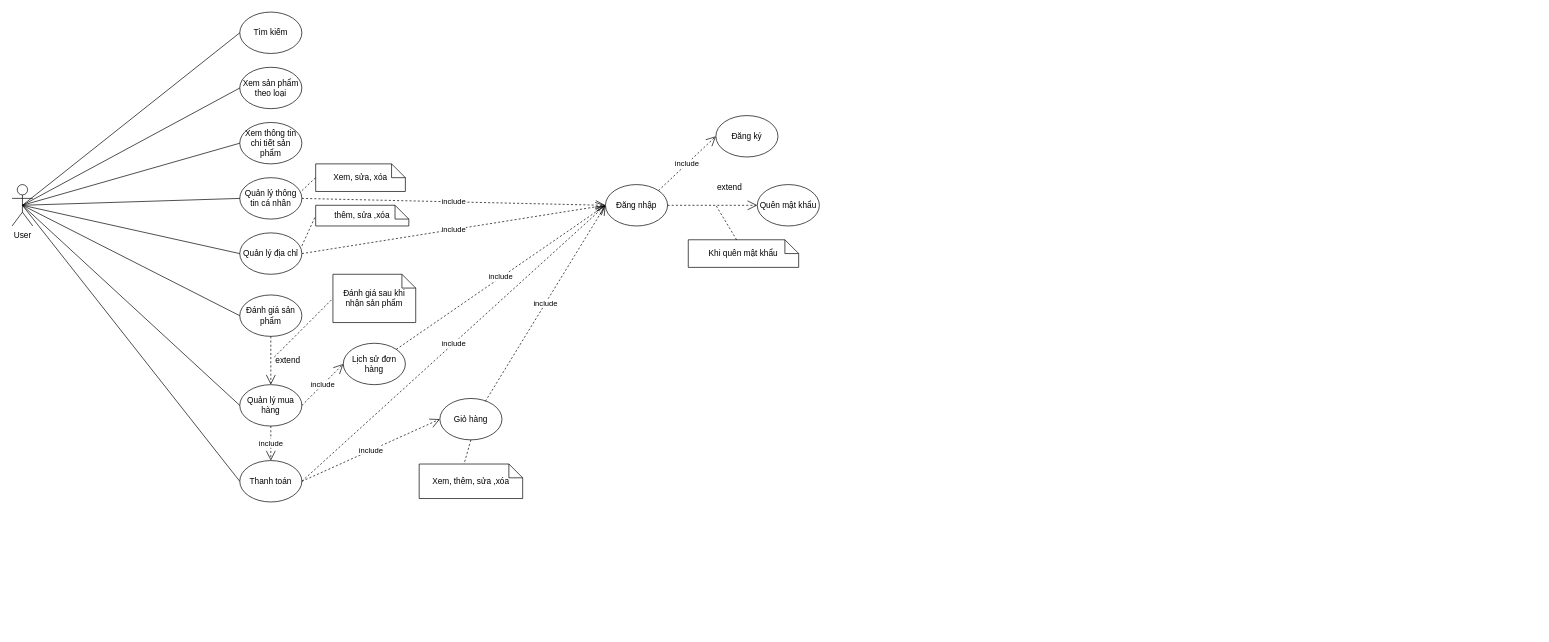
The draw.io diagram docs/hightech-user-usecase.drawio in DOVINHAN/WebsiteHightechshop, before the edit. Source tidied: cells renumbered, new cells numbered last; positions are measured from the earlier drawing's top-left corner, leaving out a move shared by most shapes. Both pictures are drawn from the tidied source at 69%, with x=0, y=0 at pixel (12, 12).
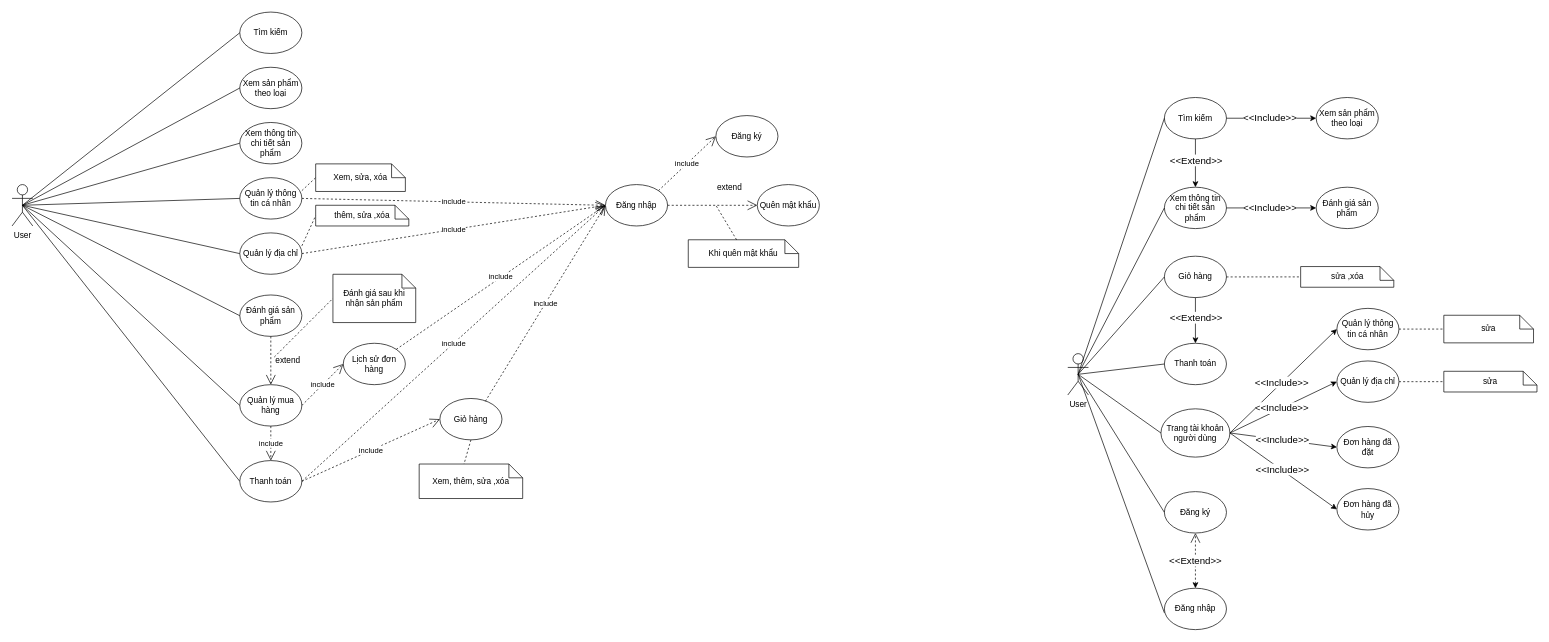
The same page after the edit.

What changed in the source:
```diff
@@
+    <mxCell id="73" value="User" style="shape=umlActor;verticalLabelPosition=bottom;verticalAlign=top;html=1;outlineConnect=0;" parent="1" vertex="1">
+      <mxGeometry x="1530" y="495" width="30" height="60" as="geometry" />
+    </mxCell>
+    <mxCell id="74" style="group;" parent="1" vertex="1">
+      <mxGeometry x="1670" y="123.8" width="90" height="60" as="geometry" />
+    </mxCell>
+    <mxCell id="75" style="ellipse;whiteSpace=wrap;html=1;" parent="74" vertex="1">
+      <mxGeometry width="90" height="60" as="geometry" />
+    </mxCell>
+    <mxCell id="76" value="Tìm kiếm" style="text;html=1;align=center;verticalAlign=middle;whiteSpace=wrap;rounded=0;" parent="74" vertex="1">
+      <mxGeometry y="18.8" width="90" height="22.5" as="geometry" />
+    </mxCell>
+    <mxCell id="77" style="group;" parent="1" vertex="1">
+      <mxGeometry x="1890" y="123.8" width="90" height="60" as="geometry" />
+    </mxCell>
+    <mxCell id="78" style="ellipse;whiteSpace=wrap;html=1;" parent="77" vertex="1">
+      <mxGeometry width="90" height="60" as="geometry" />
+    </mxCell>
+    <mxCell id="79" value="Xem sản phẩm theo loại" style="text;html=1;align=center;verticalAlign=middle;whiteSpace=wrap;rounded=0;" parent="77" vertex="1">
+      <mxGeometry y="18.8" width="90" height="22.5" as="geometry" />
+    </mxCell>
+    <mxCell id="80" style="group;" parent="1" vertex="1">
+      <mxGeometry x="1920" y="429.4" width="90" height="60" as="geometry" />
+    </mxCell>
+    <mxCell id="81" style="ellipse;whiteSpace=wrap;html=1;" parent="80" vertex="1">
+      <mxGeometry width="90" height="60" as="geometry" />
+    </mxCell>
+    <mxCell id="82" value="Quản lý thông tin cá nhân" style="text;html=1;align=center;verticalAlign=middle;whiteSpace=wrap;rounded=0;" parent="80" vertex="1">
+      <mxGeometry y="18.8" width="90" height="22.5" as="geometry" />
+    </mxCell>
+    <mxCell id="83" style="group;" parent="1" vertex="1">
+      <mxGeometry x="1670" y="253.8" width="90" height="60" as="geometry" />
+    </mxCell>
+    <mxCell id="84" style="ellipse;whiteSpace=wrap;html=1;" parent="83" vertex="1">
+      <mxGeometry width="90" height="60" as="geometry" />
+    </mxCell>
+    <mxCell id="85" value="Xem thông tin chi tiết sản phẩm" style="text;html=1;align=center;verticalAlign=middle;whiteSpace=wrap;rounded=0;" parent="83" vertex="1">
+      <mxGeometry y="18.8" width="90" height="22.5" as="geometry" />
+    </mxCell>
+    <mxCell id="86" style="group;" parent="1" vertex="1">
+      <mxGeometry x="1920" y="505.6" width="90" height="60" as="geometry" />
+    </mxCell>
+    <mxCell id="87" style="ellipse;whiteSpace=wrap;html=1;" parent="86" vertex="1">
+      <mxGeometry width="90" height="60" as="geometry" />
+    </mxCell>
+    <mxCell id="88" value="Quản lý địa chỉ" style="text;html=1;align=center;verticalAlign=middle;whiteSpace=wrap;rounded=0;" parent="86" vertex="1">
+      <mxGeometry y="18.8" width="90" height="22.5" as="geometry" />
+    </mxCell>
+    <mxCell id="89" style="group;" parent="1" vertex="1">
+      <mxGeometry x="1890" y="253.8" width="90" height="60" as="geometry" />
+    </mxCell>
+    <mxCell id="90" style="ellipse;whiteSpace=wrap;html=1;" parent="89" vertex="1">
+      <mxGeometry width="90" height="60" as="geometry" />
+    </mxCell>
+    <mxCell id="91" value="Đánh giá sản phẩm" style="text;html=1;align=center;verticalAlign=middle;whiteSpace=wrap;rounded=0;" parent="89" vertex="1">
+      <mxGeometry y="18.8" width="90" height="22.5" as="geometry" />
+    </mxCell>
+    <mxCell id="92" style="group;" parent="1" vertex="1">
+      <mxGeometry x="1670" y="480" width="90" height="60" as="geometry" />
+    </mxCell>
+    <mxCell id="93" style="ellipse;whiteSpace=wrap;html=1;" parent="92" vertex="1">
+      <mxGeometry width="90" height="60" as="geometry" />
+    </mxCell>
+    <mxCell id="94" value="Thanh toán" style="text;html=1;align=center;verticalAlign=middle;whiteSpace=wrap;rounded=0;" parent="92" vertex="1">
+      <mxGeometry y="18.8" width="90" height="22.5" as="geometry" />
+    </mxCell>
+    <mxCell id="95" style="group;" parent="1" vertex="1">
+      <mxGeometry x="1670" y="353.8" width="90" height="60" as="geometry" />
+    </mxCell>
+    <mxCell id="96" style="ellipse;whiteSpace=wrap;html=1;" parent="95" vertex="1">
+      <mxGeometry width="90" height="60" as="geometry" />
+    </mxCell>
+    <mxCell id="97" value="Giỏ hàng" style="text;html=1;align=center;verticalAlign=middle;whiteSpace=wrap;rounded=0;" parent="95" vertex="1">
+      <mxGeometry y="18.8" width="90" height="22.5" as="geometry" />
+    </mxCell>
+    <mxCell id="98" style="group;" parent="1" vertex="1">
+      <mxGeometry x="1920" y="600.6" width="90" height="60" as="geometry" />
+    </mxCell>
+    <mxCell id="99" style="ellipse;whiteSpace=wrap;html=1;" parent="98" vertex="1">
+      <mxGeometry width="90" height="60" as="geometry" />
+    </mxCell>
+    <mxCell id="100" value="Đơn hàng đã đặt" style="text;html=1;align=center;verticalAlign=middle;whiteSpace=wrap;rounded=0;" parent="98" vertex="1">
+      <mxGeometry y="18.8" width="90" height="22.5" as="geometry" />
+    </mxCell>
+    <mxCell id="101" style="group;" parent="1" vertex="1">
+      <mxGeometry x="1670" y="835" width="90" height="60" as="geometry" />
+    </mxCell>
+    <mxCell id="102" style="ellipse;whiteSpace=wrap;html=1;" parent="101" vertex="1">
+      <mxGeometry width="90" height="60" as="geometry" />
+    </mxCell>
+    <mxCell id="103" value="Đăng nhập" style="text;html=1;align=center;verticalAlign=middle;whiteSpace=wrap;rounded=0;" parent="101" vertex="1">
+      <mxGeometry y="18.8" width="90" height="22.5" as="geometry" />
+    </mxCell>
+    <mxCell id="104" style="endArrow=none;html=1;rounded=0;exitX=0.5;exitY=0.5;exitDx=0;exitDy=0;exitPerimeter=0;entryX=0;entryY=0.5;entryDx=0;entryDy=0;" parent="1" edge="1" source="73" target="76">
+      <mxGeometry relative="1" as="geometry" />
+    </mxCell>
+    <mxCell id="105" style="endArrow=none;html=1;rounded=0;exitX=0.5;exitY=0.5;exitDx=0;exitDy=0;exitPerimeter=0;entryX=0;entryY=0.5;entryDx=0;entryDy=0;" parent="1" edge="1" source="73" target="85">
+      <mxGeometry relative="1" as="geometry" />
+    </mxCell>
+    <mxCell id="106" value="sửa" style="shape=note;size=20;whiteSpace=wrap;html=1;" parent="1" vertex="1">
+      <mxGeometry x="2075" y="439.4" width="130" height="40" as="geometry" />
+    </mxCell>
+    <mxCell id="107" style="endArrow=none;dashed=1;html=1;rounded=0;exitX=1;exitY=0.5;exitDx=0;exitDy=0;entryX=0;entryY=0.5;entryDx=0;entryDy=0;entryPerimeter=0;" parent="1" edge="1" source="82" target="106">
+      <mxGeometry relative="1" as="geometry" />
+    </mxCell>
+    <mxCell id="108" value="sửa" style="shape=note;size=20;whiteSpace=wrap;html=1;" parent="1" vertex="1">
+      <mxGeometry x="2075" y="520.6" width="135" height="30" as="geometry" />
+    </mxCell>
+    <mxCell id="109" style="endArrow=none;dashed=1;html=1;rounded=0;exitX=1;exitY=0.5;exitDx=0;exitDy=0;entryX=0;entryY=0.5;entryDx=0;entryDy=0;entryPerimeter=0;" parent="1" edge="1" source="88" target="108">
+      <mxGeometry relative="1" as="geometry" />
+    </mxCell>
+    <mxCell id="110" style="group;" parent="1" vertex="1">
+      <mxGeometry x="1670" y="695" width="90" height="60" as="geometry" />
+    </mxCell>
+    <mxCell id="111" style="ellipse;whiteSpace=wrap;html=1;" parent="110" vertex="1">
+      <mxGeometry width="90" height="60" as="geometry" />
+    </mxCell>
+    <mxCell id="112" value="Đăng ký" style="text;html=1;align=center;verticalAlign=middle;whiteSpace=wrap;rounded=0;" parent="110" vertex="1">
+      <mxGeometry y="18.8" width="90" height="22.5" as="geometry" />
+    </mxCell>
+    <mxCell id="113" value="&lt;font style=&quot;font-size: 14px;&quot;&gt;&amp;lt;&amp;lt;Extend&amp;gt;&amp;gt;&lt;/font&gt;" style="endArrow=open;endSize=12;dashed=1;html=1;rounded=0;entryX=0.5;entryY=1;entryDx=0;entryDy=0;exitX=0.5;exitY=0;exitDx=0;exitDy=0;startArrow=classic;startFill=1;" parent="1" edge="1" source="102" target="111">
+      <mxGeometry relative="1" as="geometry" />
+    </mxCell>
+    <mxCell id="114" style="rounded=0;jettySize=auto;html=1;exitX=0.5;exitY=1;exitDx=0;exitDy=0;entryX=0.5;entryY=0;entryDx=0;entryDy=0;" parent="1" edge="1" source="75" target="84">
+      <mxGeometry relative="1" as="geometry" />
+    </mxCell>
+    <mxCell id="115" value="&lt;font style=&quot;font-size: 14px;&quot;&gt;&amp;lt;&amp;lt;Extend&amp;gt;&amp;gt;&lt;/font&gt;" style="edgeLabel;html=1;align=center;verticalAlign=middle;" parent="114" vertex="1">
+      <mxGeometry x="-0.11" relative="1" as="geometry" />
+    </mxCell>
+    <mxCell id="116" style="rounded=0;jettySize=auto;html=1;exitX=1;exitY=0.5;exitDx=0;exitDy=0;entryX=0;entryY=0.5;entryDx=0;entryDy=0;" parent="1" edge="1" source="76" target="79">
+      <mxGeometry relative="1" as="geometry" />
+    </mxCell>
+    <mxCell id="117" value="&lt;font style=&quot;font-size: 14px;&quot;&gt;&amp;lt;&amp;lt;Include&amp;gt;&amp;gt;&lt;/font&gt;" style="edgeLabel;html=1;align=center;verticalAlign=middle;" parent="116" vertex="1">
+      <mxGeometry x="-0.04" relative="1" as="geometry" />
+    </mxCell>
+    <mxCell id="118" style="rounded=0;jettySize=auto;html=1;exitX=1;exitY=0.5;exitDx=0;exitDy=0;entryX=0;entryY=0.5;entryDx=0;entryDy=0;" parent="1" edge="1" source="85" target="91">
+      <mxGeometry relative="1" as="geometry" />
+    </mxCell>
+    <mxCell id="119" value="&lt;font style=&quot;font-size: 14px;&quot;&gt;&amp;lt;&amp;lt;Include&amp;gt;&amp;gt;&lt;/font&gt;" style="edgeLabel;html=1;align=center;verticalAlign=middle;" parent="118" vertex="1">
+      <mxGeometry x="-0.04" relative="1" as="geometry" />
+    </mxCell>
+    <mxCell id="120" value="sửa ,xóa" style="shape=note;size=20;whiteSpace=wrap;html=1;" parent="1" vertex="1">
+      <mxGeometry x="1867.5" y="368.8" width="135" height="30" as="geometry" />
+    </mxCell>
+    <mxCell id="121" style="endArrow=none;dashed=1;html=1;rounded=0;exitX=1;exitY=0.5;exitDx=0;exitDy=0;entryX=0;entryY=0.5;entryDx=0;entryDy=0;entryPerimeter=0;" parent="1" edge="1" source="97" target="120">
+      <mxGeometry relative="1" as="geometry" />
+    </mxCell>
+    <mxCell id="122" style="endArrow=none;html=1;rounded=0;exitX=0.5;exitY=0.5;exitDx=0;exitDy=0;exitPerimeter=0;entryX=0;entryY=0.5;entryDx=0;entryDy=0;" parent="1" edge="1" source="73" target="97">
+      <mxGeometry relative="1" as="geometry" />
+    </mxCell>
+    <mxCell id="123" style="rounded=0;jettySize=auto;html=1;exitX=0.5;exitY=1;exitDx=0;exitDy=0;entryX=0.5;entryY=0;entryDx=0;entryDy=0;" parent="1" edge="1" source="96" target="93">
+      <mxGeometry relative="1" as="geometry" />
+    </mxCell>
+    <mxCell id="124" value="&lt;font style=&quot;font-size: 14px;&quot;&gt;&amp;lt;&amp;lt;Extend&amp;gt;&amp;gt;&lt;/font&gt;" style="edgeLabel;html=1;align=center;verticalAlign=middle;" parent="123" vertex="1">
+      <mxGeometry x="-0.11" relative="1" as="geometry" />
+    </mxCell>
+    <mxCell id="125" style="group;" parent="1" vertex="1">
+      <mxGeometry x="1665" y="575" width="100" height="70" as="geometry" />
+    </mxCell>
+    <mxCell id="126" value="Trang tài khoản người dùng" style="ellipse;whiteSpace=wrap;html=1;" parent="125" vertex="1">
+      <mxGeometry width="100" height="70" as="geometry" />
+    </mxCell>
+    <mxCell id="127" style="endArrow=none;html=1;rounded=0;exitX=0.5;exitY=0.5;exitDx=0;exitDy=0;exitPerimeter=0;entryX=0;entryY=0.5;entryDx=0;entryDy=0;" parent="1" edge="1" source="73" target="94">
+      <mxGeometry relative="1" as="geometry" />
+    </mxCell>
+    <mxCell id="128" style="endArrow=none;html=1;rounded=0;exitX=0.5;exitY=0.5;exitDx=0;exitDy=0;exitPerimeter=0;entryX=0;entryY=0.5;entryDx=0;entryDy=0;" parent="1" edge="1" source="73" target="126">
+      <mxGeometry relative="1" as="geometry" />
+    </mxCell>
+    <mxCell id="129" style="group;" parent="1" vertex="1">
+      <mxGeometry x="1920" y="690.6" width="90" height="60" as="geometry" />
+    </mxCell>
+    <mxCell id="130" style="ellipse;whiteSpace=wrap;html=1;" parent="129" vertex="1">
+      <mxGeometry width="90" height="60" as="geometry" />
+    </mxCell>
+    <mxCell id="131" value="Đơn hàng đã hủy" style="text;html=1;align=center;verticalAlign=middle;whiteSpace=wrap;rounded=0;" parent="129" vertex="1">
+      <mxGeometry y="18.8" width="90" height="22.5" as="geometry" />
+    </mxCell>
+    <mxCell id="132" style="rounded=0;jettySize=auto;html=1;exitX=1;exitY=0.5;exitDx=0;exitDy=0;entryX=0;entryY=0.5;entryDx=0;entryDy=0;" parent="1" edge="1" source="126" target="82">
+      <mxGeometry relative="1" as="geometry" />
+    </mxCell>
+    <mxCell id="133" value="&lt;font style=&quot;font-size: 14px;&quot;&gt;&amp;lt;&amp;lt;Include&amp;gt;&amp;gt;&lt;/font&gt;" style="edgeLabel;html=1;align=center;verticalAlign=middle;" parent="132" vertex="1">
+      <mxGeometry x="-0.03" y="1" relative="1" as="geometry" />
+    </mxCell>
+    <mxCell id="134" style="rounded=0;jettySize=auto;html=1;exitX=1;exitY=0.5;exitDx=0;exitDy=0;entryX=0;entryY=0.5;entryDx=0;entryDy=0;" parent="1" edge="1" source="126" target="88">
+      <mxGeometry relative="1" as="geometry" />
+    </mxCell>
+    <mxCell id="135" value="&lt;font style=&quot;font-size: 14px;&quot;&gt;&amp;lt;&amp;lt;Include&amp;gt;&amp;gt;&lt;/font&gt;" style="edgeLabel;html=1;align=center;verticalAlign=middle;" parent="134" vertex="1">
+      <mxGeometry x="-0.03" y="1" relative="1" as="geometry" />
+    </mxCell>
+    <mxCell id="136" style="rounded=0;jettySize=auto;html=1;exitX=1;exitY=0.5;exitDx=0;exitDy=0;entryX=0;entryY=0.5;entryDx=0;entryDy=0;" parent="1" edge="1" source="126" target="100">
+      <mxGeometry relative="1" as="geometry" />
+    </mxCell>
+    <mxCell id="137" value="&lt;font style=&quot;font-size: 14px;&quot;&gt;&amp;lt;&amp;lt;Include&amp;gt;&amp;gt;&lt;/font&gt;" style="edgeLabel;html=1;align=center;verticalAlign=middle;" parent="136" vertex="1">
+      <mxGeometry x="-0.03" y="1" relative="1" as="geometry" />
+    </mxCell>
+    <mxCell id="138" style="rounded=0;jettySize=auto;html=1;exitX=1;exitY=0.5;exitDx=0;exitDy=0;entryX=0;entryY=0.5;entryDx=0;entryDy=0;" parent="1" edge="1" source="126" target="131">
+      <mxGeometry relative="1" as="geometry" />
+    </mxCell>
+    <mxCell id="139" value="&lt;font style=&quot;font-size: 14px;&quot;&gt;&amp;lt;&amp;lt;Include&amp;gt;&amp;gt;&lt;/font&gt;" style="edgeLabel;html=1;align=center;verticalAlign=middle;" parent="138" vertex="1">
+      <mxGeometry x="-0.03" y="1" relative="1" as="geometry" />
+    </mxCell>
+    <mxCell id="140" style="endArrow=none;html=1;rounded=0;exitX=0.5;exitY=0.5;exitDx=0;exitDy=0;exitPerimeter=0;entryX=0;entryY=0.5;entryDx=0;entryDy=0;" parent="1" edge="1" source="73" target="112">
+      <mxGeometry relative="1" as="geometry" />
+    </mxCell>
+    <mxCell id="141" style="endArrow=none;html=1;rounded=0;exitX=0.5;exitY=0.5;exitDx=0;exitDy=0;exitPerimeter=0;entryX=0;entryY=0.75;entryDx=0;entryDy=0;" parent="1" edge="1" source="73" target="103">
+      <mxGeometry relative="1" as="geometry" />
+    </mxCell>
```
